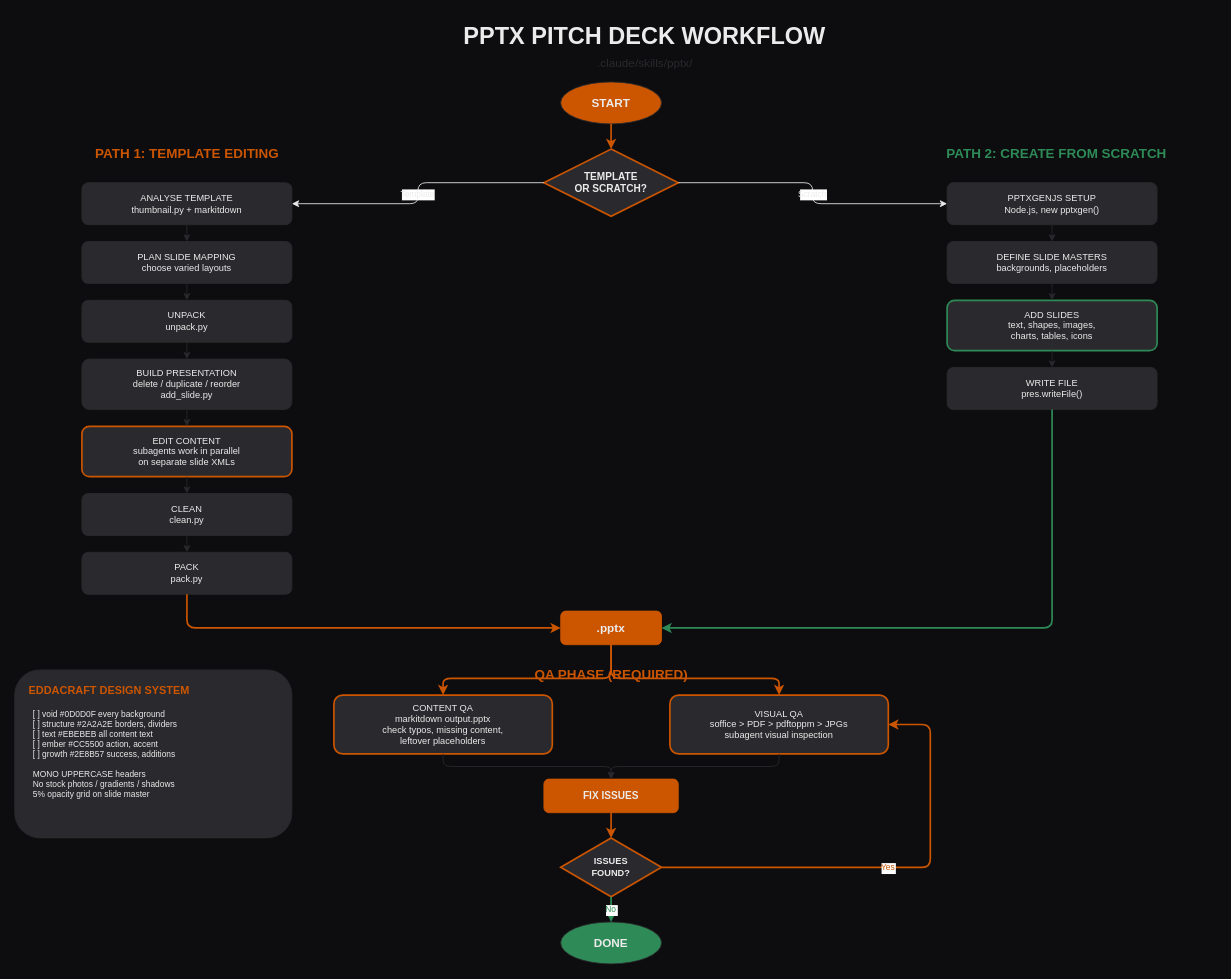
Earlier version of the draw.io diagram pptx-workflow.drawio (eddacraft/eddacraft-tui). Source tidied: cells renumbered, new cells numbered last; positions are measured from the earlier drawing's top-left corner, leaving out a move shared by most shapes. Both pictures are drawn from the tidied source at 84%, with x=0, y=0 at pixel (14, 14).
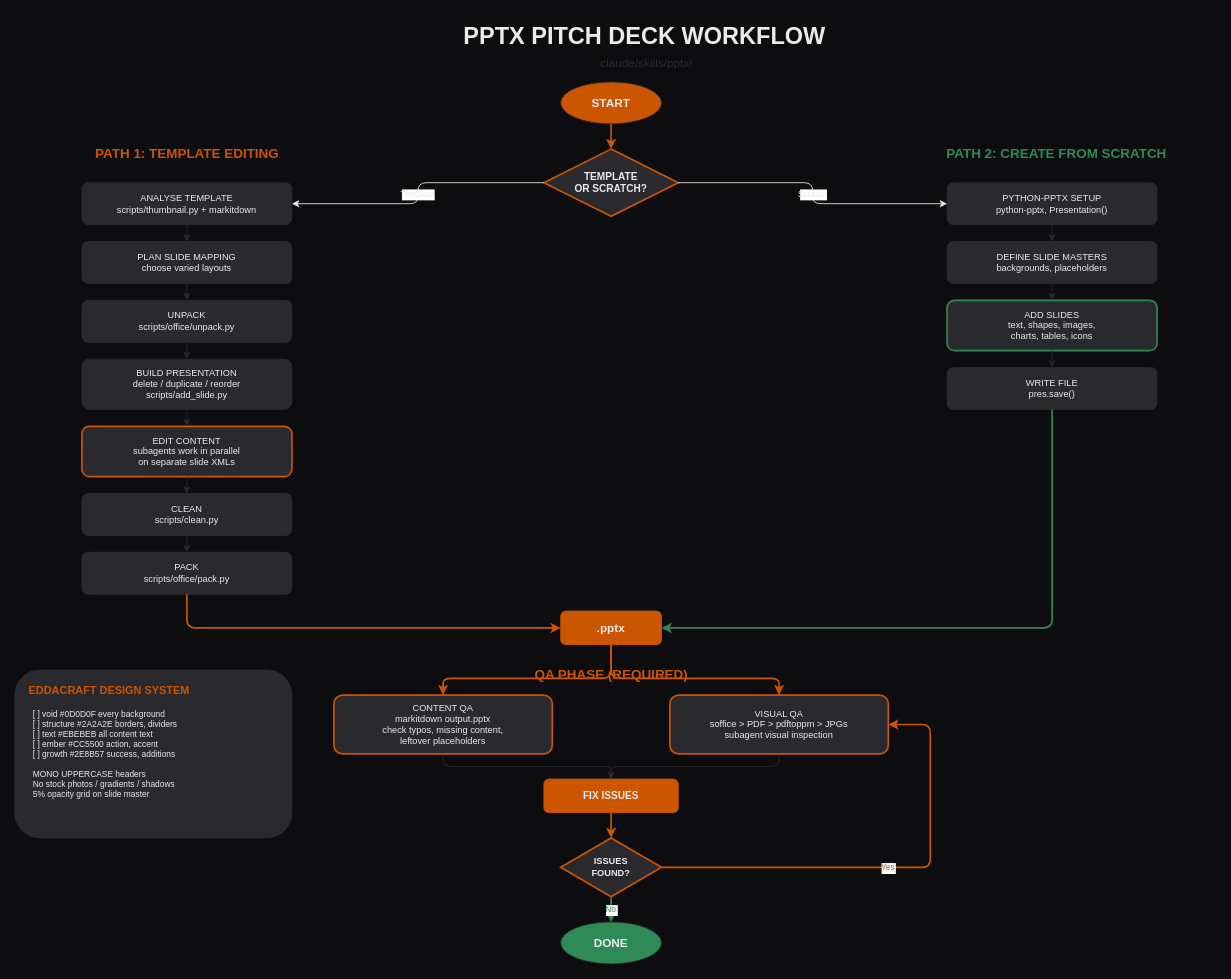
After the change.

Commit message:
fix(docs): correct script paths and generator in pptx workflow diagram

Template path: use actual paths under .claude/skills/pptx/scripts/.
Scratch path: python-pptx (Presentation/save) not PptxGenJS.

Authored-By: Aneki (joshuaboys)

Diff of the diagram source:
```diff
@@
-    <mxCell id="8" value="ANALYSE TEMPLATE&#10;thumbnail.py + markitdown" style="rounded=1;whiteSpace=wrap;fillColor=#2A2A2E;strokeColor=#2A2A2E;fontColor=#EBEBEB;fontSize=11;fontFamily=JetBrains Mono;spacingTop=4;spacingBottom=4;" parent="1" vertex="1">
+    <mxCell id="8" value="ANALYSE TEMPLATE&#10;scripts/thumbnail.py + markitdown" style="rounded=1;whiteSpace=wrap;fillColor=#2A2A2E;strokeColor=#2A2A2E;fontColor=#EBEBEB;fontSize=11;fontFamily=JetBrains Mono;spacingTop=4;spacingBottom=4;" parent="1" vertex="1">
       <mxGeometry x="80" y="200" width="250" height="50" as="geometry" />
     </mxCell>
@@
-    <mxCell id="10" value="UNPACK&#10;unpack.py" style="rounded=1;whiteSpace=wrap;fillColor=#2A2A2E;strokeColor=#2A2A2E;fontColor=#EBEBEB;fontSize=11;fontFamily=JetBrains Mono;spacingTop=4;spacingBottom=4;" parent="1" vertex="1">
+    <mxCell id="10" value="UNPACK&#10;scripts/office/unpack.py" style="rounded=1;whiteSpace=wrap;fillColor=#2A2A2E;strokeColor=#2A2A2E;fontColor=#EBEBEB;fontSize=11;fontFamily=JetBrains Mono;spacingTop=4;spacingBottom=4;" parent="1" vertex="1">
       <mxGeometry x="80" y="340" width="250" height="50" as="geometry" />
     </mxCell>
-    <mxCell id="11" value="BUILD PRESENTATION&#10;delete / duplicate / reorder&#10;add_slide.py" style="rounded=1;whiteSpace=wrap;fillColor=#2A2A2E;strokeColor=#2A2A2E;fontColor=#EBEBEB;fontSize=11;fontFamily=JetBrains Mono;spacingTop=4;spacingBottom=4;" parent="1" vertex="1">
+    <mxCell id="11" value="BUILD PRESENTATION&#10;delete / duplicate / reorder&#10;scripts/add_slide.py" style="rounded=1;whiteSpace=wrap;fillColor=#2A2A2E;strokeColor=#2A2A2E;fontColor=#EBEBEB;fontSize=11;fontFamily=JetBrains Mono;spacingTop=4;spacingBottom=4;" parent="1" vertex="1">
       <mxGeometry x="80" y="410" width="250" height="60" as="geometry" />
     </mxCell>
@@
-    <mxCell id="13" value="CLEAN&#10;clean.py" style="rounded=1;whiteSpace=wrap;fillColor=#2A2A2E;strokeColor=#2A2A2E;fontColor=#EBEBEB;fontSize=11;fontFamily=JetBrains Mono;spacingTop=4;spacingBottom=4;" parent="1" vertex="1">
+    <mxCell id="13" value="CLEAN&#10;scripts/clean.py" style="rounded=1;whiteSpace=wrap;fillColor=#2A2A2E;strokeColor=#2A2A2E;fontColor=#EBEBEB;fontSize=11;fontFamily=JetBrains Mono;spacingTop=4;spacingBottom=4;" parent="1" vertex="1">
       <mxGeometry x="80" y="570" width="250" height="50" as="geometry" />
     </mxCell>
-    <mxCell id="14" value="PACK&#10;pack.py" style="rounded=1;whiteSpace=wrap;fillColor=#2A2A2E;strokeColor=#2A2A2E;fontColor=#EBEBEB;fontSize=11;fontFamily=JetBrains Mono;spacingTop=4;spacingBottom=4;" parent="1" vertex="1">
+    <mxCell id="14" value="PACK&#10;scripts/office/pack.py" style="rounded=1;whiteSpace=wrap;fillColor=#2A2A2E;strokeColor=#2A2A2E;fontColor=#EBEBEB;fontSize=11;fontFamily=JetBrains Mono;spacingTop=4;spacingBottom=4;" parent="1" vertex="1">
       <mxGeometry x="80" y="640" width="250" height="50" as="geometry" />
     </mxCell>
@@
-    <mxCell id="23" value="PPTXGENJS SETUP&#10;Node.js, new pptxgen()" style="rounded=1;whiteSpace=wrap;fillColor=#2A2A2E;strokeColor=#2A2A2E;fontColor=#EBEBEB;fontSize=11;fontFamily=JetBrains Mono;spacingTop=4;spacingBottom=4;" parent="1" vertex="1">
+    <mxCell id="23" value="PYTHON-PPTX SETUP&#10;python-pptx, Presentation()" style="rounded=1;whiteSpace=wrap;fillColor=#2A2A2E;strokeColor=#2A2A2E;fontColor=#EBEBEB;fontSize=11;fontFamily=JetBrains Mono;spacingTop=4;spacingBottom=4;" parent="1" vertex="1">
       <mxGeometry x="1110" y="200" width="250" height="50" as="geometry" />
     </mxCell>
@@
-    <mxCell id="26" value="WRITE FILE&#10;pres.writeFile()" style="rounded=1;whiteSpace=wrap;fillColor=#2A2A2E;strokeColor=#2A2A2E;fontColor=#EBEBEB;fontSize=11;fontFamily=JetBrains Mono;spacingTop=4;spacingBottom=4;" parent="1" vertex="1">
+    <mxCell id="26" value="WRITE FILE&#10;pres.save()" style="rounded=1;whiteSpace=wrap;fillColor=#2A2A2E;strokeColor=#2A2A2E;fontColor=#EBEBEB;fontSize=11;fontFamily=JetBrains Mono;spacingTop=4;spacingBottom=4;" parent="1" vertex="1">
       <mxGeometry x="1110" y="420" width="250" height="50" as="geometry" />
     </mxCell>
```
